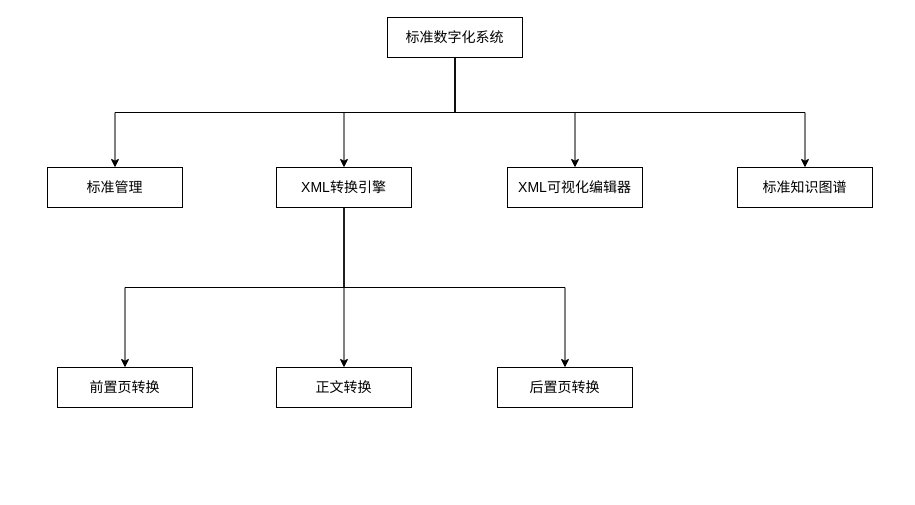
Earlier version of the draw.io diagram STD.drawio (z-cloud-z/draw). Source tidied: cells renumbered, new cells numbered last; positions are measured from the earlier drawing's top-left corner, leaving out a move shared by most shapes. Both pictures are drawn from the tidied source at 100%, with x=0, y=0 at pixel (47, 17).
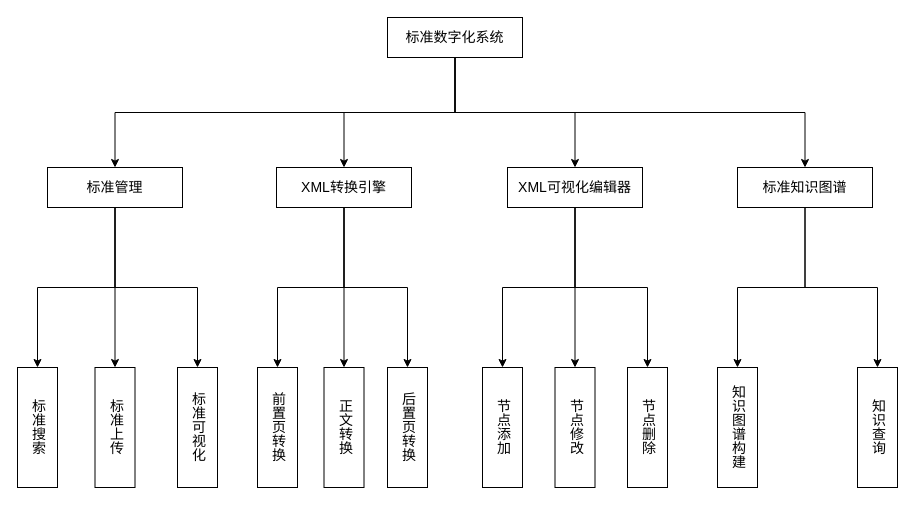
The same diagram, later.

Unchanged cells that the change refers to:
```xml
<mxCell id="11" value="&lt;p class=&quot;MsoNormal&quot;&gt;&lt;font face=&quot;宋体&quot;&gt;&lt;span style=&quot;font-size: 14px;&quot;&gt;XML可视化编辑器&lt;/span&gt;&lt;/font&gt;&lt;/p&gt;" style="rounded=0;whiteSpace=wrap;html=1;" parent="1" vertex="1">
  <mxGeometry x="460" y="150" width="135" height="40" as="geometry" />
</mxCell>
<mxCell id="12" value="&lt;p class=&quot;MsoNormal&quot;&gt;&lt;font face=&quot;宋体&quot;&gt;&lt;span style=&quot;font-size: 14px;&quot;&gt;标准知识图谱&lt;/span&gt;&lt;/font&gt;&lt;/p&gt;" style="rounded=0;whiteSpace=wrap;html=1;" parent="1" vertex="1">
  <mxGeometry x="690" y="150" width="135" height="40" as="geometry" />
</mxCell>
<mxCell id="13" value="&lt;font face=&quot;宋体&quot;&gt;&lt;span style=&quot;font-size: 14px;&quot;&gt;标准管理&lt;/span&gt;&lt;/font&gt;" style="rounded=0;whiteSpace=wrap;html=1;" parent="1" vertex="1">
  <mxGeometry y="150" width="135" height="40" as="geometry" />
</mxCell>
```

Diff of the diagram source:
```diff
@@
+    <mxCell id="17" style="edgeStyle=orthogonalEdgeStyle;rounded=0;jettySize=auto;html=1;" parent="1" edge="1" source="11" target="28">
+      <mxGeometry relative="1" as="geometry" />
+    </mxCell>
+    <mxCell id="18" style="edgeStyle=orthogonalEdgeStyle;rounded=0;jettySize=auto;html=1;entryX=0.5;entryY=0;entryDx=0;entryDy=0;" parent="1" edge="1" source="11" target="30">
+      <mxGeometry relative="1" as="geometry" />
+    </mxCell>
+    <mxCell id="19" style="edgeStyle=orthogonalEdgeStyle;rounded=0;jettySize=auto;html=1;exitX=0.5;exitY=1;exitDx=0;exitDy=0;" parent="1" edge="1" source="11" target="29">
+      <mxGeometry relative="1" as="geometry" />
+    </mxCell>
@@
+    <mxCell id="20" style="edgeStyle=orthogonalEdgeStyle;rounded=0;jettySize=auto;html=1;entryX=0.5;entryY=0;entryDx=0;entryDy=0;" parent="1" edge="1" source="12" target="31">
+      <mxGeometry relative="1" as="geometry" />
+    </mxCell>
+    <mxCell id="21" style="edgeStyle=orthogonalEdgeStyle;rounded=0;jettySize=auto;html=1;exitX=0.5;exitY=1;exitDx=0;exitDy=0;entryX=0.5;entryY=0;entryDx=0;entryDy=0;" parent="1" edge="1" source="12" target="32">
+      <mxGeometry relative="1" as="geometry" />
+    </mxCell>
@@
+    <mxCell id="22" style="edgeStyle=orthogonalEdgeStyle;rounded=0;jettySize=auto;html=1;" parent="1" edge="1" source="13" target="26">
+      <mxGeometry relative="1" as="geometry" />
+    </mxCell>
+    <mxCell id="23" style="edgeStyle=orthogonalEdgeStyle;rounded=0;jettySize=auto;html=1;exitX=0.5;exitY=1;exitDx=0;exitDy=0;" parent="1" edge="1" source="13" target="25">
+      <mxGeometry relative="1" as="geometry" />
+    </mxCell>
+    <mxCell id="24" style="edgeStyle=orthogonalEdgeStyle;rounded=0;jettySize=auto;html=1;exitX=0.5;exitY=1;exitDx=0;exitDy=0;entryX=0.5;entryY=0;entryDx=0;entryDy=0;" parent="1" edge="1" source="13" target="27">
+      <mxGeometry relative="1" as="geometry" />
+    </mxCell>
@@
-    <mxCell id="14" value="&lt;font face=&quot;宋体&quot;&gt;&lt;span style=&quot;font-size: 14px;&quot;&gt;前置页转换&lt;/span&gt;&lt;/font&gt;" style="rounded=0;whiteSpace=wrap;html=1;" parent="1" vertex="1">
-      <mxGeometry x="10" y="350" width="135" height="40" as="geometry" />
+    <mxCell id="14" value="&lt;font face=&quot;宋体&quot;&gt;&lt;span style=&quot;font-size: 14px;&quot;&gt;前置页转换&lt;/span&gt;&lt;/font&gt;" style="rounded=0;whiteSpace=wrap;html=1;textDirection=vertical-lr;spacingTop=0;" parent="1" vertex="1">
+      <mxGeometry x="210" y="350" width="40" height="120" as="geometry" />
     </mxCell>
-    <mxCell id="15" value="&lt;font face=&quot;宋体&quot;&gt;&lt;span style=&quot;font-size: 14px;&quot;&gt;正文转换&lt;/span&gt;&lt;/font&gt;" style="rounded=0;whiteSpace=wrap;html=1;" parent="1" vertex="1">
-      <mxGeometry x="229" y="350" width="135" height="40" as="geometry" />
+    <mxCell id="15" value="&lt;font face=&quot;宋体&quot;&gt;&lt;span style=&quot;font-size: 14px;&quot;&gt;正文转换&lt;/span&gt;&lt;/font&gt;" style="rounded=0;whiteSpace=wrap;html=1;textDirection=vertical-lr;" parent="1" vertex="1">
+      <mxGeometry x="276.5" y="350" width="40" height="120" as="geometry" />
     </mxCell>
-    <mxCell id="16" value="&lt;font face=&quot;宋体&quot;&gt;&lt;span style=&quot;font-size: 14px;&quot;&gt;后置页转换&lt;/span&gt;&lt;/font&gt;" style="rounded=0;whiteSpace=wrap;html=1;" parent="1" vertex="1">
-      <mxGeometry x="450" y="350" width="135" height="40" as="geometry" />
+    <mxCell id="16" value="&lt;font face=&quot;宋体&quot;&gt;&lt;span style=&quot;font-size: 14px;&quot;&gt;后置页转换&lt;/span&gt;&lt;/font&gt;" style="rounded=0;whiteSpace=wrap;html=1;textDirection=vertical-rl;" parent="1" vertex="1">
+      <mxGeometry x="340" y="350" width="40" height="120" as="geometry" />
     </mxCell>
+    <mxCell id="25" value="&lt;font face=&quot;宋体&quot;&gt;&lt;span style=&quot;font-size: 14px;&quot;&gt;标准搜索&lt;/span&gt;&lt;/font&gt;" style="rounded=0;whiteSpace=wrap;html=1;textDirection=vertical-rl;" parent="1" vertex="1">
+      <mxGeometry x="-30" y="350" width="40" height="120" as="geometry" />
+    </mxCell>
+    <mxCell id="26" value="&lt;font face=&quot;宋体&quot;&gt;&lt;span style=&quot;font-size: 14px;&quot;&gt;标准上传&lt;/span&gt;&lt;/font&gt;" style="rounded=0;whiteSpace=wrap;html=1;textDirection=vertical-rl;" parent="1" vertex="1">
+      <mxGeometry x="47.5" y="350" width="40" height="120" as="geometry" />
+    </mxCell>
+    <mxCell id="27" value="&lt;font face=&quot;宋体&quot;&gt;&lt;span style=&quot;font-size: 14px;&quot;&gt;标准可视化&lt;/span&gt;&lt;/font&gt;" style="rounded=0;whiteSpace=wrap;html=1;textDirection=vertical-rl;" parent="1" vertex="1">
+      <mxGeometry x="130" y="350" width="40" height="120" as="geometry" />
+    </mxCell>
+    <mxCell id="28" value="&lt;font face=&quot;宋体&quot;&gt;&lt;span style=&quot;font-size: 14px;&quot;&gt;节点修改&lt;/span&gt;&lt;/font&gt;" style="rounded=0;whiteSpace=wrap;html=1;textDirection=vertical-rl;" parent="1" vertex="1">
+      <mxGeometry x="507.5" y="350" width="40" height="120" as="geometry" />
+    </mxCell>
+    <mxCell id="29" value="&lt;font face=&quot;宋体&quot;&gt;&lt;span style=&quot;font-size: 14px;&quot;&gt;节点删除&lt;/span&gt;&lt;/font&gt;" style="rounded=0;whiteSpace=wrap;html=1;textDirection=vertical-rl;spacing=2;horizontal=1;" parent="1" vertex="1">
+      <mxGeometry x="580" y="350" width="40" height="120" as="geometry" />
+    </mxCell>
+    <mxCell id="30" value="&lt;font face=&quot;宋体&quot;&gt;&lt;span style=&quot;font-size: 14px;&quot;&gt;节点添加&lt;/span&gt;&lt;/font&gt;" style="rounded=0;whiteSpace=wrap;html=1;textDirection=vertical-rl;" parent="1" vertex="1">
+      <mxGeometry x="435" y="350" width="40" height="120" as="geometry" />
+    </mxCell>
+    <mxCell id="31" value="&lt;font face=&quot;宋体&quot;&gt;&lt;span style=&quot;font-size: 14px;&quot;&gt;知识图谱构建&lt;/span&gt;&lt;/font&gt;" style="rounded=0;whiteSpace=wrap;html=1;textDirection=vertical-rl;spacing=2;horizontal=1;" parent="1" vertex="1">
+      <mxGeometry x="670" y="350" width="40" height="120" as="geometry" />
+    </mxCell>
+    <mxCell id="32" value="&lt;font face=&quot;宋体&quot;&gt;&lt;span style=&quot;font-size: 14px;&quot;&gt;知识查询&lt;/span&gt;&lt;/font&gt;" style="rounded=0;whiteSpace=wrap;html=1;textDirection=vertical-rl;spacing=2;horizontal=1;" parent="1" vertex="1">
+      <mxGeometry x="810" y="350" width="40" height="120" as="geometry" />
+    </mxCell>
```
